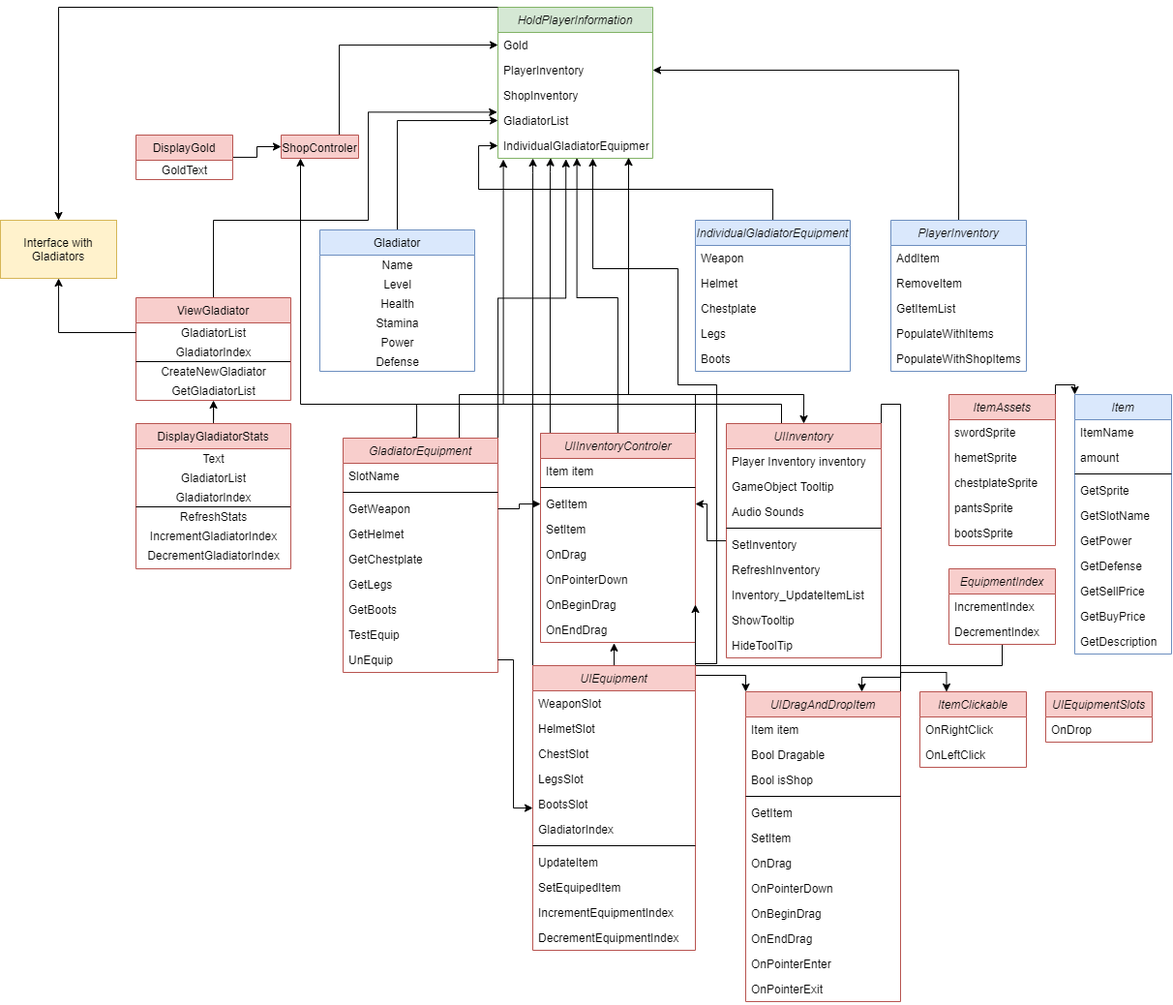
Before: artifacts/Pictures/Class-Diagram/GladiatorStats.png, a diagram exported from draw.io (COP4331-Proj/Retaking-Olympos). Source tidied: cells renumbered, new cells last; positions are measured from the earlier drawing's top-left corner, leaving out a move shared by most shapes.
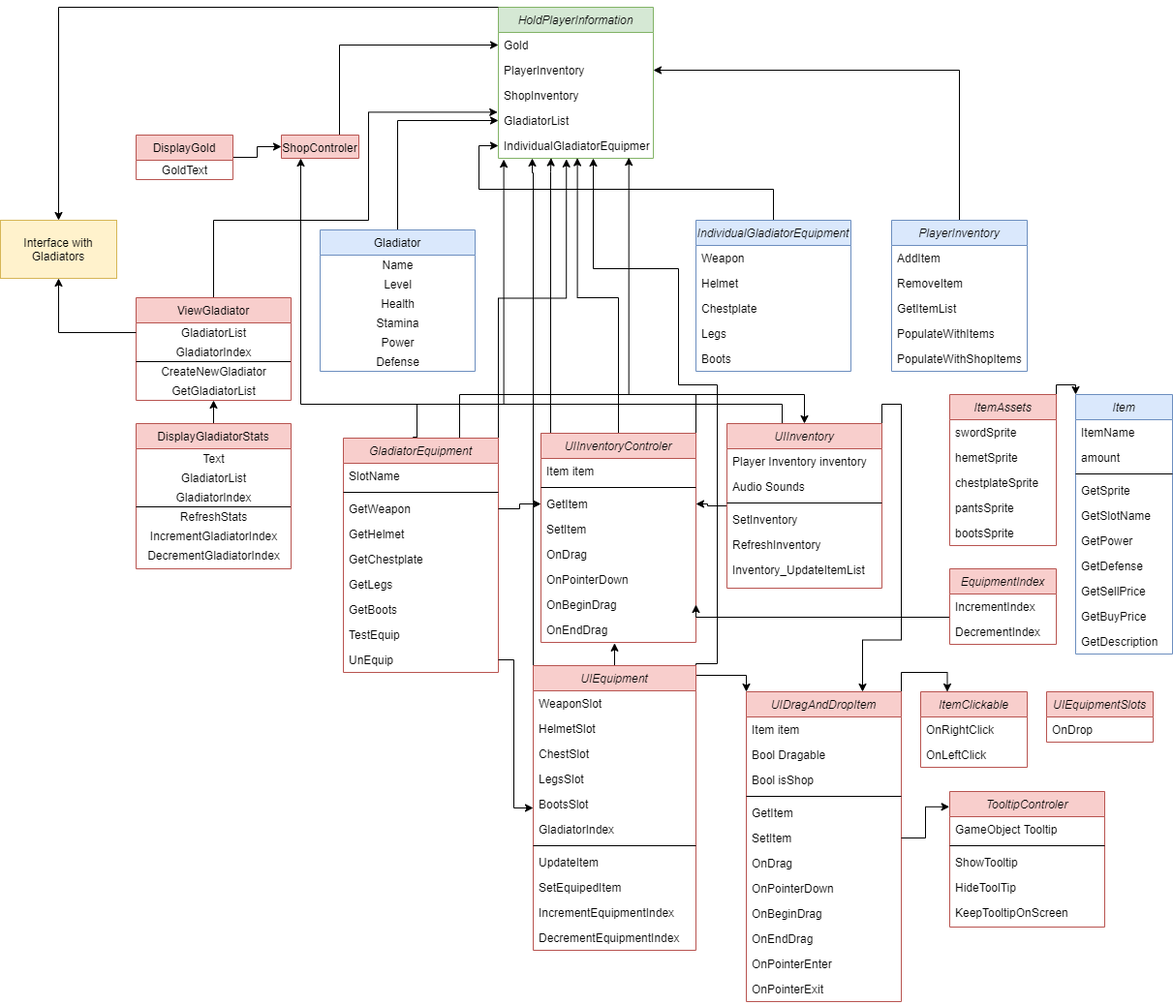
Above is the later version.

Commit message:
Updated class diagrams

The edit, as a diff of the source:
```diff
@@ -44,35 +44,26 @@
       </mxGeometry>
     </mxCell>
     <mxCell id="14" value="UIInventory" style="swimlane;fontStyle=2;align=center;verticalAlign=top;horizontal=1;startSize=26;rounded=0;shadow=0;strokeWidth=1;fillColor=#f8cecc;strokeColor=#b85450;" parent="1" vertex="1">
-      <mxGeometry x="750" y="430" width="160" height="242" as="geometry" />
+      <mxGeometry x="750" y="430" width="160" height="170" as="geometry" />
     </mxCell>
     <mxCell id="15" value="Player Inventory inventory" style="text;align=left;verticalAlign=top;spacingLeft=4;spacingRight=4;overflow=hidden;" parent="14" vertex="1">
       <mxGeometry y="26" width="160" height="26" as="geometry" />
     </mxCell>
-    <mxCell id="16" value="GameObject Tooltip" style="text;align=left;verticalAlign=top;spacingLeft=4;spacingRight=4;overflow=hidden;" parent="14" vertex="1">
-      <mxGeometry y="52" width="160" height="26" as="geometry" />
-    </mxCell>
     <mxCell id="17" value="Audio Sounds" style="text;align=left;verticalAlign=top;spacingLeft=4;spacingRight=4;overflow=hidden;" parent="14" vertex="1">
-      <mxGeometry y="78" width="160" height="26" as="geometry" />
+      <mxGeometry y="52" width="160" height="26" as="geometry" />
     </mxCell>
     <mxCell id="18" style="line;html=1;strokeWidth=1;align=left;verticalAlign=middle;spacingTop=-1;spacingLeft=3;spacingRight=3;labelPosition=right;" parent="14" vertex="1">
-      <mxGeometry y="104" width="160" height="8" as="geometry" />
+      <mxGeometry y="78" width="160" height="8" as="geometry" />
     </mxCell>
     <mxCell id="19" value="SetInventory" style="text;align=left;verticalAlign=top;spacingLeft=4;spacingRight=4;overflow=hidden;" parent="14" vertex="1">
-      <mxGeometry y="112" width="160" height="26" as="geometry" />
+      <mxGeometry y="86" width="160" height="26" as="geometry" />
     </mxCell>
     <mxCell id="20" value="RefreshInventory" style="text;align=left;verticalAlign=top;spacingLeft=4;spacingRight=4;overflow=hidden;" parent="14" vertex="1">
-      <mxGeometry y="138" width="160" height="26" as="geometry" />
+      <mxGeometry y="112" width="160" height="26" as="geometry" />
     </mxCell>
     <mxCell id="21" value="Inventory_UpdateItemList&#10;" style="text;align=left;verticalAlign=top;spacingLeft=4;spacingRight=4;overflow=hidden;" parent="14" vertex="1">
-      <mxGeometry y="164" width="160" height="26" as="geometry" />
+      <mxGeometry y="138" width="160" height="26" as="geometry" />
     </mxCell>
-    <mxCell id="22" value="ShowTooltip&#10;" style="text;align=left;verticalAlign=top;spacingLeft=4;spacingRight=4;overflow=hidden;" parent="14" vertex="1">
-      <mxGeometry y="190" width="160" height="26" as="geometry" />
-    </mxCell>
-    <mxCell id="23" value="HideToolTip" style="text;align=left;verticalAlign=top;spacingLeft=4;spacingRight=4;overflow=hidden;" parent="14" vertex="1">
-      <mxGeometry y="216" width="160" height="26" as="geometry" />
-    </mxCell>
     <mxCell id="24" value="Item" style="swimlane;fontStyle=2;align=center;verticalAlign=top;horizontal=1;startSize=26;rounded=0;shadow=0;strokeWidth=1;fillColor=#dae8fc;strokeColor=#6c8ebf;" parent="1" vertex="1">
       <mxGeometry x="1110" y="400" width="100" height="268" as="geometry" />
     </mxCell>
@@ -251,8 +242,7 @@
     <mxCell id="75" style="edgeStyle=orthogonalEdgeStyle;rounded=0;jettySize=auto;html=1;entryX=1;entryY=0.5;entryDx=0;entryDy=0;" parent="1" edge="1" source="76" target="73">
       <mxGeometry relative="1" as="geometry">
         <Array as="points">
-          <mxPoint x="1035" y="680" />
-          <mxPoint x="718" y="680" />
+          <mxPoint x="718" y="630" />
         </Array>
       </mxGeometry>
     </mxCell>
@@ -528,5 +518,26 @@
     <mxCell id="150" value="GoldText" style="text;html=1;align=center;verticalAlign=middle;" parent="149" vertex="1">
       <mxGeometry y="26" width="100" height="20" as="geometry" />
     </mxCell>
+    <mxCell id="151" value="TooltipControler" style="swimlane;fontStyle=2;align=center;verticalAlign=top;horizontal=1;startSize=26;rounded=0;shadow=0;strokeWidth=1;fillColor=#f8cecc;strokeColor=#b85450;" parent="1" vertex="1">
+      <mxGeometry x="980" y="810" width="160" height="140" as="geometry" />
+    </mxCell>
+    <mxCell id="16" value="GameObject Tooltip" style="text;align=left;verticalAlign=top;spacingLeft=4;spacingRight=4;overflow=hidden;" parent="151" vertex="1">
+      <mxGeometry y="26" width="160" height="26" as="geometry" />
+    </mxCell>
+    <mxCell id="152" style="line;html=1;strokeWidth=1;align=left;verticalAlign=middle;spacingTop=-1;spacingLeft=3;spacingRight=3;labelPosition=right;" parent="151" vertex="1">
+      <mxGeometry y="52" width="160" height="8" as="geometry" />
+    </mxCell>
+    <mxCell id="22" value="ShowTooltip&#10;" style="text;align=left;verticalAlign=top;spacingLeft=4;spacingRight=4;overflow=hidden;" parent="151" vertex="1">
+      <mxGeometry y="60" width="160" height="26" as="geometry" />
+    </mxCell>
+    <mxCell id="23" value="HideToolTip" style="text;align=left;verticalAlign=top;spacingLeft=4;spacingRight=4;overflow=hidden;" parent="151" vertex="1">
+      <mxGeometry y="86" width="160" height="26" as="geometry" />
+    </mxCell>
+    <mxCell id="153" value="KeepTooltipOnScreen" style="text;align=left;verticalAlign=top;spacingLeft=4;spacingRight=4;overflow=hidden;" parent="151" vertex="1">
+      <mxGeometry y="112" width="160" height="26" as="geometry" />
+    </mxCell>
+    <mxCell id="154" style="edgeStyle=orthogonalEdgeStyle;rounded=0;jettySize=auto;html=1;exitX=1;exitY=0.5;exitDx=0;exitDy=0;entryX=-0.002;entryY=0.113;entryDx=0;entryDy=0;entryPerimeter=0;" parent="1" edge="1" source="56" target="151">
+      <mxGeometry relative="1" as="geometry" />
+    </mxCell>
   </root>
 </mxGraphModel>
```
